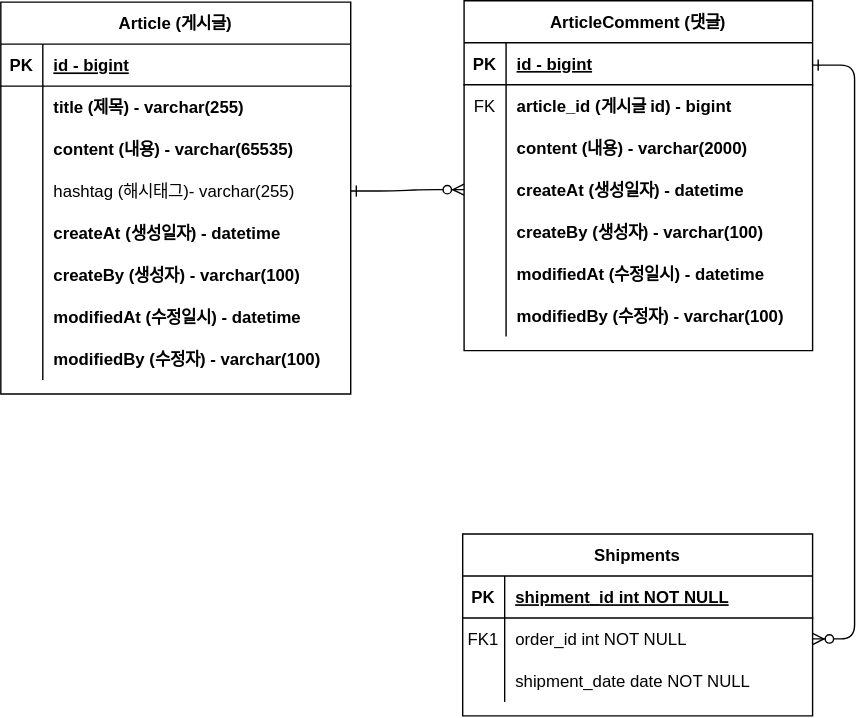
This is document/project-board-erd.svg from LeticiaKang/mvc-board-practice, a draw.io export, as it was before one commit. Source tidied: cells renumbered, new cells last; positions are measured from the earlier drawing's top-left corner, leaving out a move shared by most shapes.
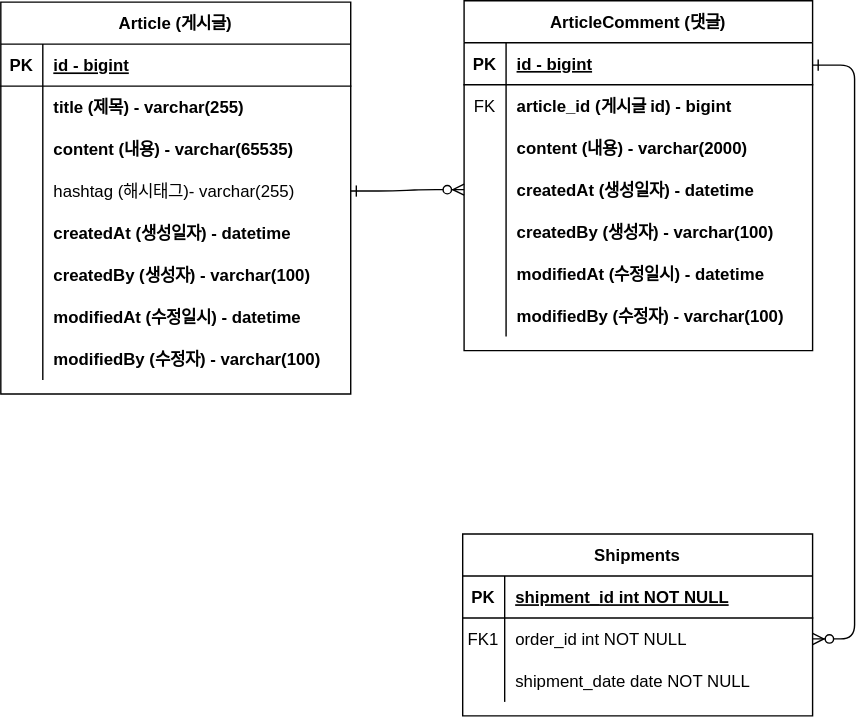
After the commit.

Commit message:
#2 - ERD 오탈자 수정: project-board-erd.svg

Change to the diagram source:
```diff
@@ -85,7 +85,7 @@
     <mxCell id="28" style="shape=partialRectangle;overflow=hidden;fillColor=none;top=0;left=0;bottom=0;right=0;" parent="27" vertex="1">
       <mxGeometry width="30" height="30" as="geometry" />
     </mxCell>
-    <mxCell id="29" value="createAt (생성일자) - datetime" style="shape=partialRectangle;overflow=hidden;fillColor=none;top=0;left=0;bottom=0;right=0;align=left;spacingLeft=6;fontStyle=1;" parent="27" vertex="1">
+    <mxCell id="29" value="createdAt (생성일자) - datetime" style="shape=partialRectangle;overflow=hidden;fillColor=none;top=0;left=0;bottom=0;right=0;align=left;spacingLeft=6;fontStyle=1;" parent="27" vertex="1">
       <mxGeometry x="30" width="220" height="30" as="geometry" />
     </mxCell>
     <mxCell id="30" style="shape=partialRectangle;fillColor=none;top=0;left=0;right=0;bottom=0;" parent="14" vertex="1">
@@ -94,7 +94,7 @@
     <mxCell id="31" style="shape=partialRectangle;overflow=hidden;fillColor=none;top=0;left=0;bottom=0;right=0;" parent="30" vertex="1">
       <mxGeometry width="30" height="30" as="geometry" />
     </mxCell>
-    <mxCell id="32" value="createBy (생성자) - varchar(100)" style="shape=partialRectangle;overflow=hidden;fillColor=none;top=0;left=0;bottom=0;right=0;align=left;spacingLeft=6;fontStyle=1;" parent="30" vertex="1">
+    <mxCell id="32" value="createdBy (생성자) - varchar(100)" style="shape=partialRectangle;overflow=hidden;fillColor=none;top=0;left=0;bottom=0;right=0;align=left;spacingLeft=6;fontStyle=1;" parent="30" vertex="1">
       <mxGeometry x="30" width="220" height="30" as="geometry" />
     </mxCell>
     <mxCell id="33" style="shape=partialRectangle;fillColor=none;top=0;left=0;right=0;bottom=0;" parent="14" vertex="1">
@@ -151,7 +151,7 @@
     <mxCell id="50" style="shape=partialRectangle;overflow=hidden;fillColor=none;top=0;left=0;bottom=0;right=0;" parent="49" vertex="1">
       <mxGeometry width="30" height="30" as="geometry" />
     </mxCell>
-    <mxCell id="51" value="createAt (생성일자) - datetime" style="shape=partialRectangle;overflow=hidden;fillColor=none;top=0;left=0;bottom=0;right=0;align=left;spacingLeft=6;fontStyle=1;" parent="49" vertex="1">
+    <mxCell id="51" value="createdAt (생성일자) - datetime" style="shape=partialRectangle;overflow=hidden;fillColor=none;top=0;left=0;bottom=0;right=0;align=left;spacingLeft=6;fontStyle=1;" parent="49" vertex="1">
       <mxGeometry x="30" width="219" height="30" as="geometry" />
     </mxCell>
     <mxCell id="52" style="shape=partialRectangle;fillColor=none;top=0;left=0;right=0;bottom=0;" parent="39" vertex="1">
@@ -160,7 +160,7 @@
     <mxCell id="53" style="shape=partialRectangle;overflow=hidden;fillColor=none;top=0;left=0;bottom=0;right=0;" parent="52" vertex="1">
       <mxGeometry width="30" height="30" as="geometry" />
     </mxCell>
-    <mxCell id="54" value="createBy (생성자) - varchar(100)" style="shape=partialRectangle;overflow=hidden;fillColor=none;top=0;left=0;bottom=0;right=0;align=left;spacingLeft=6;fontStyle=1;" parent="52" vertex="1">
+    <mxCell id="54" value="createdBy (생성자) - varchar(100)" style="shape=partialRectangle;overflow=hidden;fillColor=none;top=0;left=0;bottom=0;right=0;align=left;spacingLeft=6;fontStyle=1;" parent="52" vertex="1">
       <mxGeometry x="30" width="219" height="30" as="geometry" />
     </mxCell>
     <mxCell id="55" style="shape=partialRectangle;fillColor=none;top=0;left=0;right=0;bottom=0;" parent="39" vertex="1">
```
